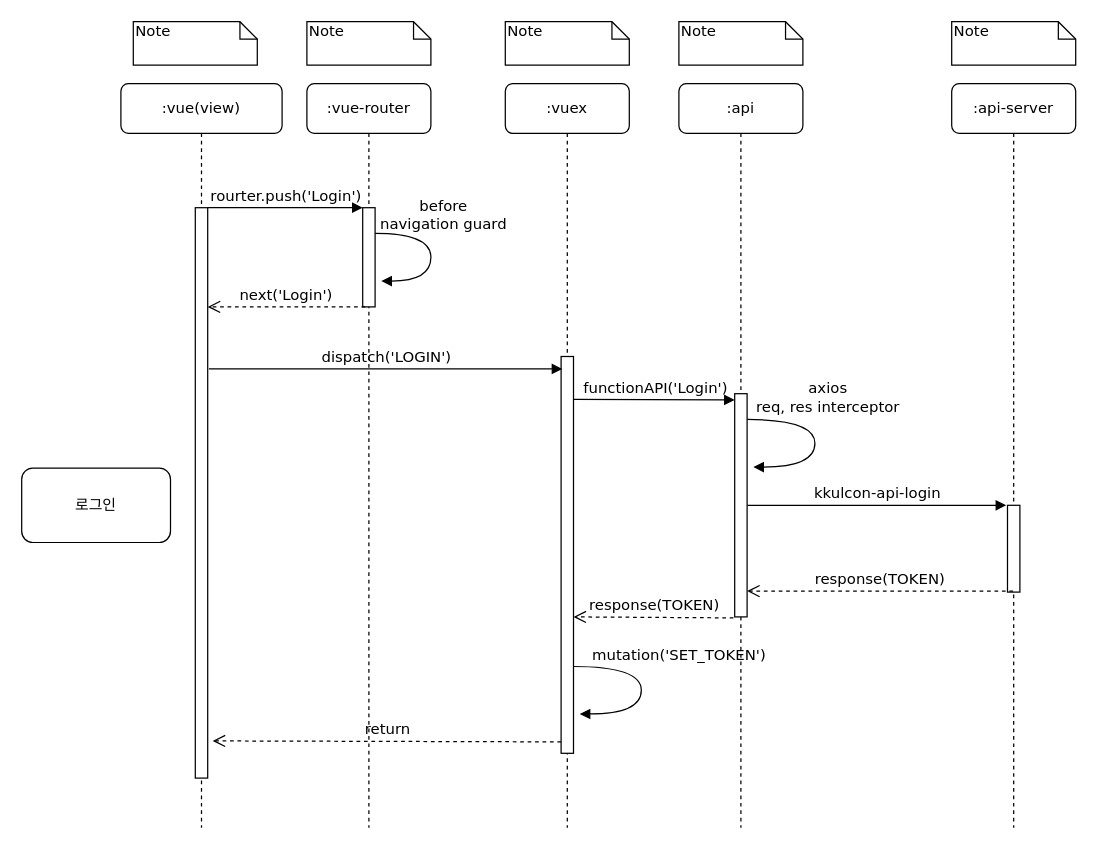
Above: public/Login.drawio in Develing1991/vuetiful-layout2 (draw.io), before the change. Source tidied: cells renumbered, new cells numbered last; positions are measured from the earlier drawing's top-left corner, leaving out a move shared by most shapes. Both pictures are drawn from the tidied source at 124%, with x=0, y=0 at pixel (21, 21).
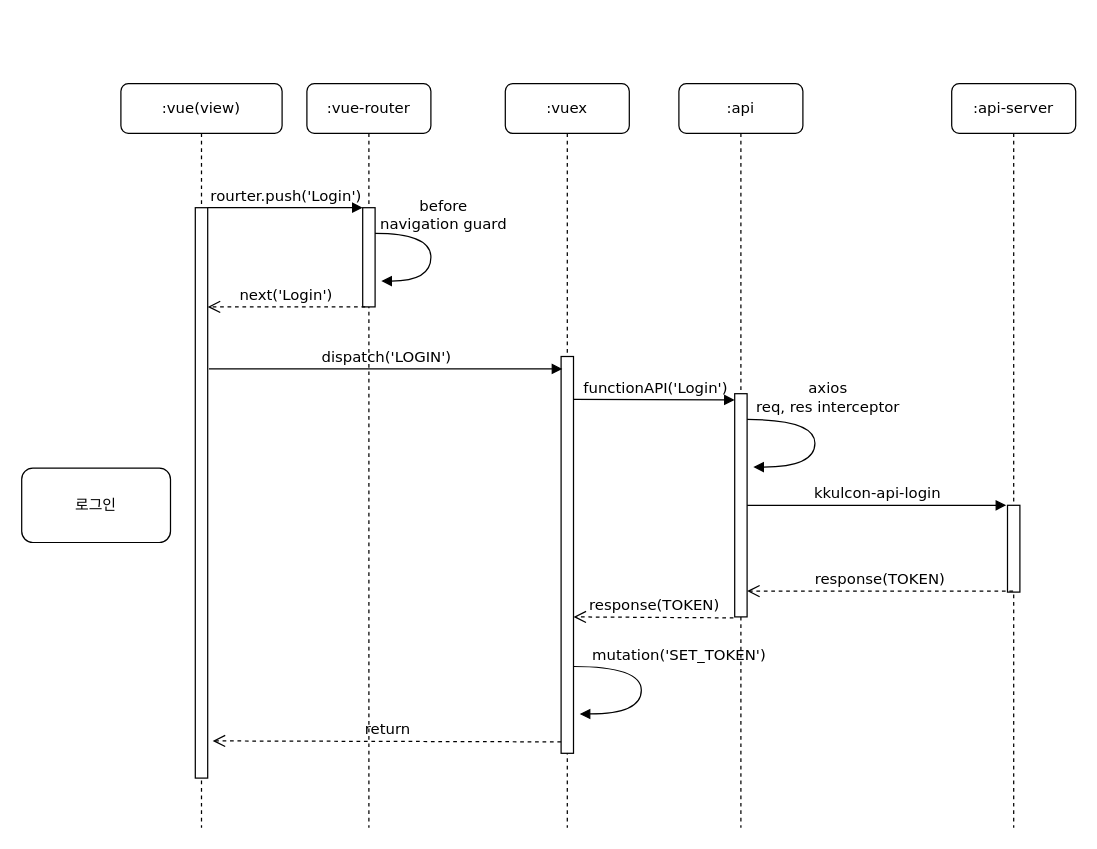
The same diagram, later.

What changed in the source:
```diff
@@
-    <mxCell id="20" value="Note" style="shape=note;whiteSpace=wrap;html=1;size=14;verticalAlign=top;align=left;spacingTop=-6;rounded=0;shadow=0;comic=0;labelBackgroundColor=none;strokeWidth=1;fontFamily=Verdana;fontSize=12;" parent="1" vertex="1">
-      <mxGeometry x="90" width="100" height="35" as="geometry" />
-    </mxCell>
-    <mxCell id="21" value="Note" style="shape=note;whiteSpace=wrap;html=1;size=14;verticalAlign=top;align=left;spacingTop=-6;rounded=0;shadow=0;comic=0;labelBackgroundColor=none;strokeWidth=1;fontFamily=Verdana;fontSize=12;" parent="1" vertex="1">
-      <mxGeometry x="230" width="100" height="35" as="geometry" />
-    </mxCell>
-    <mxCell id="22" value="Note" style="shape=note;whiteSpace=wrap;html=1;size=14;verticalAlign=top;align=left;spacingTop=-6;rounded=0;shadow=0;comic=0;labelBackgroundColor=none;strokeWidth=1;fontFamily=Verdana;fontSize=12;" parent="1" vertex="1">
-      <mxGeometry x="390" width="100" height="35" as="geometry" />
-    </mxCell>
-    <mxCell id="23" value="Note" style="shape=note;whiteSpace=wrap;html=1;size=14;verticalAlign=top;align=left;spacingTop=-6;rounded=0;shadow=0;comic=0;labelBackgroundColor=none;strokeWidth=1;fontFamily=Verdana;fontSize=12;" parent="1" vertex="1">
-      <mxGeometry x="530" width="100" height="35" as="geometry" />
-    </mxCell>
-    <mxCell id="24" value="Note" style="shape=note;whiteSpace=wrap;html=1;size=14;verticalAlign=top;align=left;spacingTop=-6;rounded=0;shadow=0;comic=0;labelBackgroundColor=none;strokeWidth=1;fontFamily=Verdana;fontSize=12;" parent="1" vertex="1">
-      <mxGeometry x="750" width="100" height="35" as="geometry" />
-    </mxCell>
```
